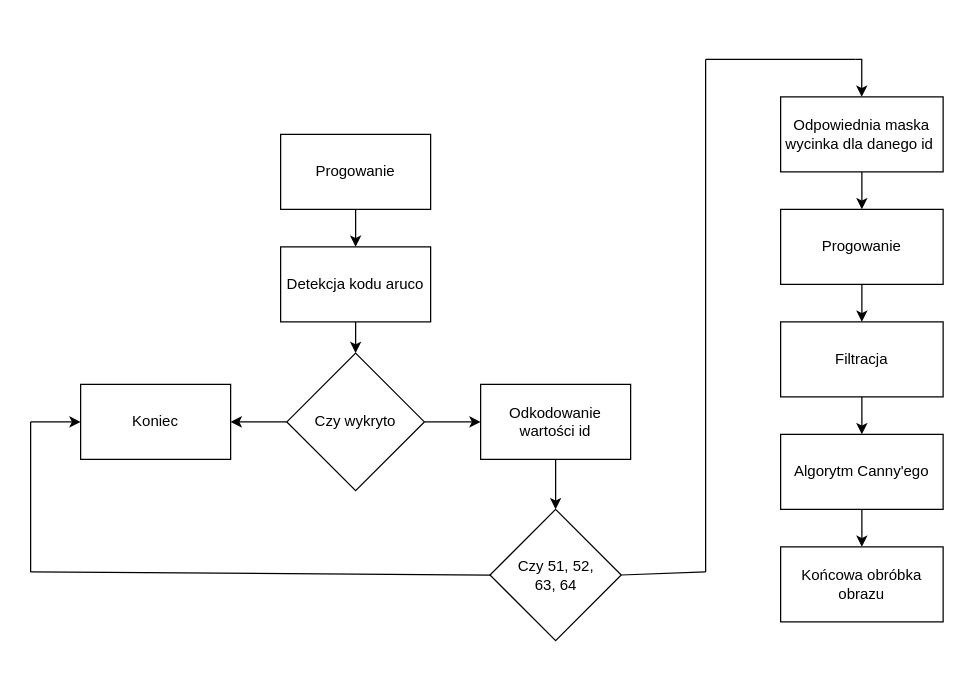
Before: psio.drawio in KacperJarosik/drow.io-scheme, a draw.io diagram. Source tidied: cells renumbered, new cells numbered last; positions are measured from the earlier drawing's top-left corner, leaving out a move shared by most shapes. Both pictures are drawn from the tidied source at 125%, with x=0, y=0 at pixel (30, 59).
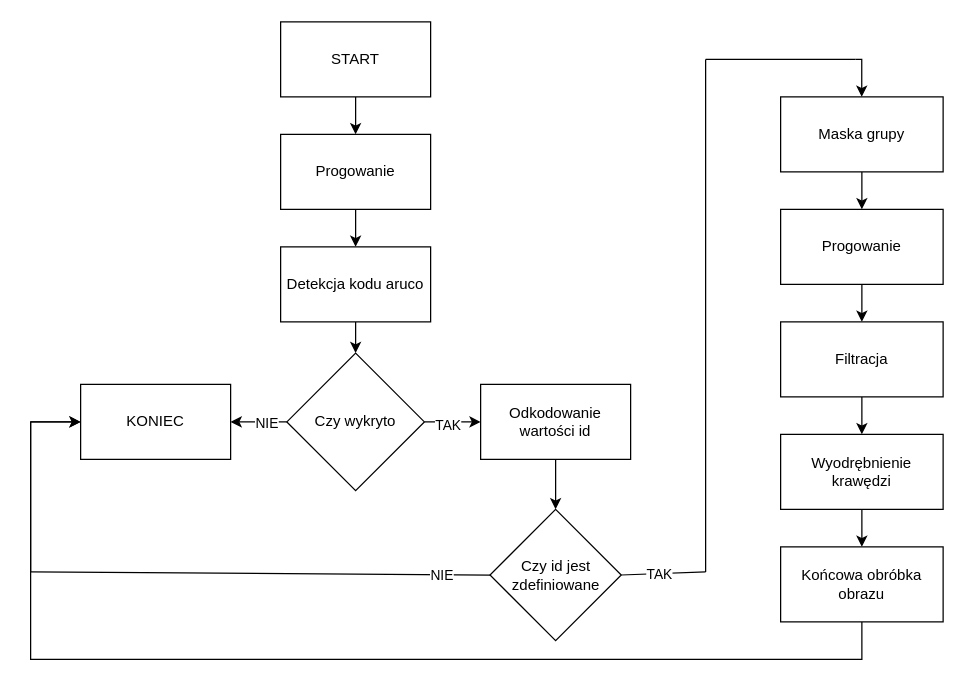
The same diagram, later.

The change refers to these unchanged cells:
```xml
<mxCell id="3" value="Progowanie" style="rounded=0;whiteSpace=wrap;html=1;" parent="1" vertex="1">
  <mxGeometry x="200" y="60" width="120" height="60" as="geometry" />
</mxCell>
<mxCell id="6" style="edgeStyle=orthogonalEdgeStyle;rounded=0;jettySize=auto;html=1;" parent="1" edge="1" source="8" target="9">
  <mxGeometry relative="1" as="geometry" />
</mxCell>
<mxCell id="7" style="edgeStyle=orthogonalEdgeStyle;rounded=0;jettySize=auto;html=1;" parent="1" edge="1" source="8" target="11">
  <mxGeometry relative="1" as="geometry" />
</mxCell>
<mxCell id="15" style="endArrow=none;html=1;rounded=0;entryX=0;entryY=0.5;entryDx=0;entryDy=0;" parent="1" edge="1" target="12">
  <mxGeometry relative="1" as="geometry">
    <mxPoint y="410" as="sourcePoint" />
  </mxGeometry>
</mxCell>
<mxCell id="24" value="Końcowa obróbka obrazu" style="whiteSpace=wrap;html=1;rounded=0;" parent="1" vertex="1">
  <mxGeometry x="600" y="390" width="130" height="60" as="geometry" />
</mxCell>
<mxCell id="25" style="endArrow=none;html=1;rounded=0;exitX=1;exitY=0.5;exitDx=0;exitDy=0;" parent="1" edge="1" source="12">
  <mxGeometry relative="1" as="geometry">
    <mxPoint x="540" y="410" as="targetPoint" />
  </mxGeometry>
</mxCell>
```

Diff of the diagram source:
```diff
@@
+    <mxCell id="29" value="NIE" style="edgeLabel;html=1;align=center;verticalAlign=middle;" parent="6" vertex="1">
+      <mxGeometry x="-0.24" relative="1" as="geometry" />
+    </mxCell>
@@
+    <mxCell id="30" value="TAK" style="edgeLabel;html=1;align=center;verticalAlign=middle;" parent="7" vertex="1">
+      <mxGeometry x="-0.2" y="-2" relative="1" as="geometry" />
+    </mxCell>
@@
-    <mxCell id="9" value="Koniec" style="whiteSpace=wrap;html=1;rounded=0;" parent="1" vertex="1">
+    <mxCell id="9" value="KONIEC" style="whiteSpace=wrap;html=1;rounded=0;" parent="1" vertex="1">
       <mxGeometry x="40" y="260" width="120" height="60" as="geometry" />
     </mxCell>
@@
-    <mxCell id="12" value="Czy 51, 52, &lt;br&gt;63, 64" style="rhombus;whiteSpace=wrap;html=1;rounded=0;" parent="1" vertex="1">
+    <mxCell id="12" value="Czy id jest zdefiniowane" style="rhombus;whiteSpace=wrap;html=1;rounded=0;" parent="1" vertex="1">
       <mxGeometry x="367.5" y="360" width="105" height="105" as="geometry" />
     </mxCell>
@@
+    <mxCell id="31" value="NIE" style="edgeLabel;html=1;align=center;verticalAlign=middle;" parent="15" vertex="1">
+      <mxGeometry x="0.79" relative="1" as="geometry" />
+    </mxCell>
@@
-    <mxCell id="17" value="Odpowiednia maska wycinka dla danego id&amp;nbsp;" style="whiteSpace=wrap;html=1;rounded=0;" parent="1" vertex="1">
+    <mxCell id="17" value="Maska grupy" style="whiteSpace=wrap;html=1;rounded=0;" parent="1" vertex="1">
       <mxGeometry x="600" y="30" width="130" height="60" as="geometry" />
     </mxCell>
@@
-    <mxCell id="23" value="Algorytm Canny'ego" style="whiteSpace=wrap;html=1;rounded=0;" parent="1" vertex="1">
+    <mxCell id="23" value="Wyodrębnienie krawędzi" style="whiteSpace=wrap;html=1;rounded=0;" parent="1" vertex="1">
       <mxGeometry x="600" y="300" width="130" height="60" as="geometry" />
     </mxCell>
+    <mxCell id="32" style="edgeStyle=orthogonalEdgeStyle;rounded=0;jettySize=auto;html=1;exitX=0.5;exitY=1;exitDx=0;exitDy=0;entryX=0;entryY=0.5;entryDx=0;entryDy=0;" parent="1" edge="1" source="24" target="9">
+      <mxGeometry relative="1" as="geometry">
+        <Array as="points">
+          <mxPoint x="665" y="480" />
+          <mxPoint y="480" />
+          <mxPoint y="290" />
+        </Array>
+      </mxGeometry>
+    </mxCell>
@@
+    <mxCell id="33" value="TAK" style="edgeLabel;html=1;align=center;verticalAlign=middle;" parent="25" vertex="1">
+      <mxGeometry x="-0.12" relative="1" as="geometry" />
+    </mxCell>
@@
+    <mxCell id="34" style="edgeStyle=orthogonalEdgeStyle;rounded=0;jettySize=auto;html=1;exitX=0.5;exitY=1;exitDx=0;exitDy=0;entryX=0.5;entryY=0;entryDx=0;entryDy=0;" parent="1" edge="1" source="35" target="3">
+      <mxGeometry relative="1" as="geometry" />
+    </mxCell>
+    <mxCell id="35" value="START" style="rounded=0;whiteSpace=wrap;html=1;" parent="1" vertex="1">
+      <mxGeometry x="200" y="-30" width="120" height="60" as="geometry" />
+    </mxCell>
```
